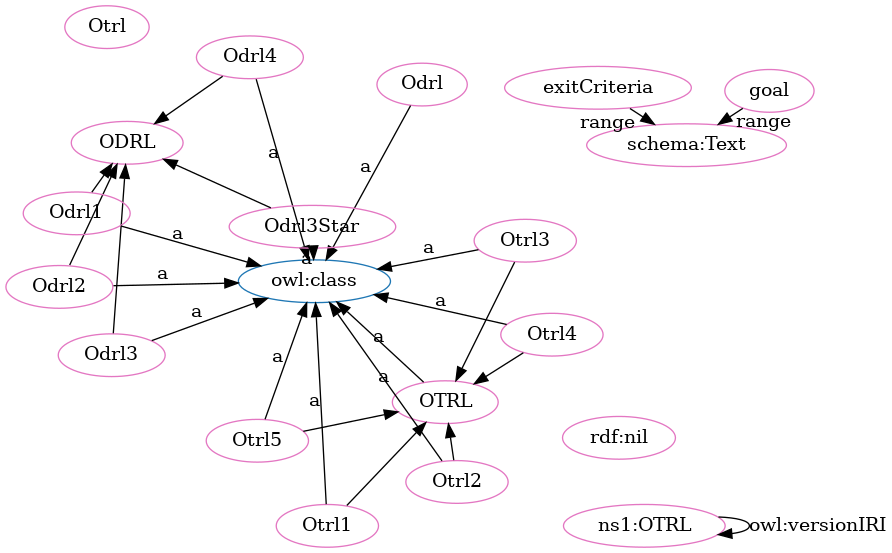
Earlier version of the Graphviz export OTRL-clean.png (OPEN-NEXT/OKH-LOSH). Its source is kept beside it as OTRL-clean.dot.
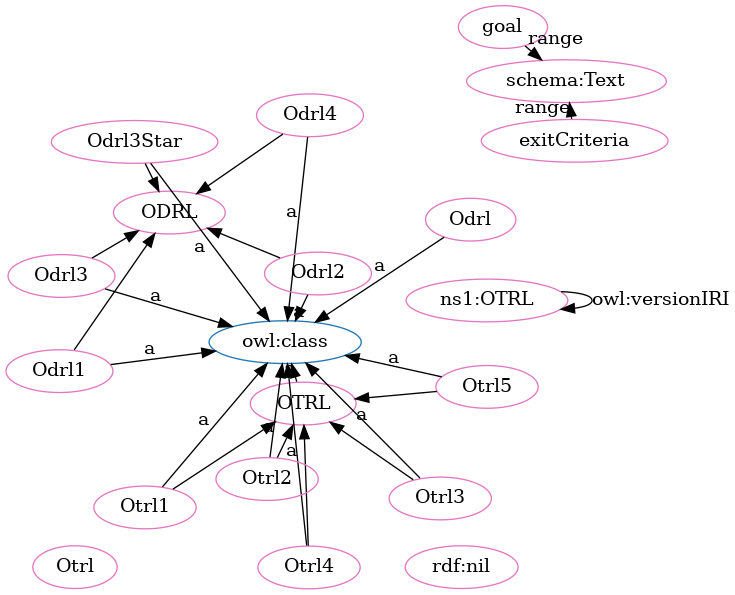
Above is the later version.

Diff of the diagram source:
```diff
@@ -4,48 +4,48 @@
 "http://www.w3.org/2002/07/owl#class" [fillcolor="#1f77b4" color="#1f77b4" label="owl:class"]
 "http://purl.org/oseg/ontologies/OTRL#ODRL" [fillcolor="#1f77b4" color="#1f77b4" label="ODRL"]
 "http://purl.org/oseg/ontologies/OTRL#OTRL" [fillcolor="#1f77b4" color="#1f77b4" label="OTRL"]
+"http://purl.org/oseg/ontologies/OTRL#ODRL" [fillcolor="#e377c2" color="#e377c2" label="ODRL"]
+"http://purl.org/oseg/ontologies/OTRL#Odrl3Star" [fillcolor="#e377c2" color="#e377c2" label="Odrl3Star"]
+"http://purl.org/oseg/ontologies/OTRL#Odrl" [fillcolor="#e377c2" color="#e377c2" label="Odrl"]
+"http://purl.org/oseg/ontologies/OTRL#Odrl3" [fillcolor="#e377c2" color="#e377c2" label="Odrl3"]
+"http://www.w3.org/1999/02/22-rdf-syntax-ns#nil" [fillcolor="#e377c2" color="#e377c2" label="rdf:nil"]
+"http://purl.org/oseg/ontologies/OTRL#Otrl4" [fillcolor="#e377c2" color="#e377c2" label="Otrl4"]
+"http://purl.org/oseg/ontologies/OTRL#Odrl4" [fillcolor="#e377c2" color="#e377c2" label="Odrl4"]
+"http://purl.org/oseg/ontologies/OTRL#Odrl1" [fillcolor="#e377c2" color="#e377c2" label="Odrl1"]
+"http://purl.org/oseg/ontologies/OTRL" [fillcolor="#e377c2" color="#e377c2" label="ns1:OTRL"]
+"http://purl.org/oseg/ontologies/OTRL#Otrl" [fillcolor="#e377c2" color="#e377c2" label="Otrl"]
+"http://purl.org/oseg/ontologies/OTRL#OTRL" [fillcolor="#e377c2" color="#e377c2" label="OTRL"]
+"http://purl.org/oseg/ontologies/OTRL#goal" [fillcolor="#e377c2" color="#e377c2" label="goal"]
+"http://schema.org/Text" [fillcolor="#e377c2" color="#e377c2" label="schema:Text"]
 "http://purl.org/oseg/ontologies/OTRL#exitCriteria" [fillcolor="#e377c2" color="#e377c2" label="exitCriteria"]
-"http://purl.org/oseg/ontologies/OTRL#Odrl4" [fillcolor="#e377c2" color="#e377c2" label="Odrl4"]
-"http://www.w3.org/1999/02/22-rdf-syntax-ns#nil" [fillcolor="#e377c2" color="#e377c2" label="rdf:nil"]
-"http://purl.org/oseg/ontologies/OTRL#ODRL" [fillcolor="#e377c2" color="#e377c2" label="ODRL"]
-"http://purl.org/oseg/ontologies/OTRL#Otrl" [fillcolor="#e377c2" color="#e377c2" label="Otrl"]
-"http://purl.org/oseg/ontologies/OTRL#Odrl" [fillcolor="#e377c2" color="#e377c2" label="Odrl"]
+"http://purl.org/oseg/ontologies/OTRL#Otrl2" [fillcolor="#e377c2" color="#e377c2" label="Otrl2"]
+"http://purl.org/oseg/ontologies/OTRL#Otrl3" [fillcolor="#e377c2" color="#e377c2" label="Otrl3"]
+"http://purl.org/oseg/ontologies/OTRL#Otrl1" [fillcolor="#e377c2" color="#e377c2" label="Otrl1"]
 "http://purl.org/oseg/ontologies/OTRL#Otrl5" [fillcolor="#e377c2" color="#e377c2" label="Otrl5"]
-"http://purl.org/oseg/ontologies/OTRL#OTRL" [fillcolor="#e377c2" color="#e377c2" label="OTRL"]
 "http://purl.org/oseg/ontologies/OTRL#Odrl2" [fillcolor="#e377c2" color="#e377c2" label="Odrl2"]
-"http://purl.org/oseg/ontologies/OTRL#goal" [fillcolor="#e377c2" color="#e377c2" label="goal"]
-"http://purl.org/oseg/ontologies/OTRL#Otrl2" [fillcolor="#e377c2" color="#e377c2" label="Otrl2"]
-"http://schema.org/Text" [fillcolor="#e377c2" color="#e377c2" label="schema:Text"]
-"http://purl.org/oseg/ontologies/OTRL#Otrl1" [fillcolor="#e377c2" color="#e377c2" label="Otrl1"]
-"http://purl.org/oseg/ontologies/OTRL#Odrl3" [fillcolor="#e377c2" color="#e377c2" label="Odrl3"]
-"http://purl.org/oseg/ontologies/OTRL#Otrl3" [fillcolor="#e377c2" color="#e377c2" label="Otrl3"]
-"http://purl.org/oseg/ontologies/OTRL" [fillcolor="#e377c2" color="#e377c2" label="ns1:OTRL"]
-"http://purl.org/oseg/ontologies/OTRL#Odrl1" [fillcolor="#e377c2" color="#e377c2" label="Odrl1"]
-"http://purl.org/oseg/ontologies/OTRL#Otrl4" [fillcolor="#e377c2" color="#e377c2" label="Otrl4"]
-"http://purl.org/oseg/ontologies/OTRL#Odrl3Star" [fillcolor="#e377c2" color="#e377c2" label="Odrl3Star"]
-  "http://purl.org/oseg/ontologies/OTRL#Odrl4" -> "http://www.w3.org/2002/07/owl#class" [label="a"]
-  "http://purl.org/oseg/ontologies/OTRL#Odrl2" -> "http://purl.org/oseg/ontologies/OTRL#ODRL" [label=""]
+  "http://purl.org/oseg/ontologies/OTRL#Otrl4" -> "http://www.w3.org/2002/07/owl#class" [label="a"]
+  "http://purl.org/oseg/ontologies/OTRL" -> "http://purl.org/oseg/ontologies/OTRL" [label="owl:versionIRI"]
+  "http://purl.org/oseg/ontologies/OTRL#Otrl5" -> "http://purl.org/oseg/ontologies/OTRL#OTRL" [label=""]
+  "http://purl.org/oseg/ontologies/OTRL#goal" -> "http://schema.org/Text" [label="range"]
+  "http://purl.org/oseg/ontologies/OTRL#Odrl3Star" -> "http://purl.org/oseg/ontologies/OTRL#ODRL" [label=""]
+  "http://purl.org/oseg/ontologies/OTRL#Otrl2" -> "http://www.w3.org/2002/07/owl#class" [label="a"]
   "http://purl.org/oseg/ontologies/OTRL#Odrl1" -> "http://purl.org/oseg/ontologies/OTRL#ODRL" [label=""]
   "http://purl.org/oseg/ontologies/OTRL#Odrl3" -> "http://purl.org/oseg/ontologies/OTRL#ODRL" [label=""]
+  "http://purl.org/oseg/ontologies/OTRL#OTRL" -> "http://www.w3.org/2002/07/owl#class" [label="a"]
+  "http://purl.org/oseg/ontologies/OTRL#Otrl2" -> "http://purl.org/oseg/ontologies/OTRL#OTRL" [label=""]
+  "http://purl.org/oseg/ontologies/OTRL#Odrl4" -> "http://purl.org/oseg/ontologies/OTRL#ODRL" [label=""]
+  "http://purl.org/oseg/ontologies/OTRL#Otrl1" -> "http://www.w3.org/2002/07/owl#class" [label="a"]
+  "http://purl.org/oseg/ontologies/OTRL#Otrl5" -> "http://www.w3.org/2002/07/owl#class" [label="a"]
+  "http://purl.org/oseg/ontologies/OTRL#Otrl1" -> "http://purl.org/oseg/ontologies/OTRL#OTRL" [label=""]
+  "http://purl.org/oseg/ontologies/OTRL#Odrl2" -> "http://www.w3.org/2002/07/owl#class" [label="a"]
+  "http://purl.org/oseg/ontologies/OTRL#Odrl2" -> "http://purl.org/oseg/ontologies/OTRL#ODRL" [label=""]
+  "http://purl.org/oseg/ontologies/OTRL#Odrl3Star" -> "http://www.w3.org/2002/07/owl#class" [label="a"]
+  "http://purl.org/oseg/ontologies/OTRL#Odrl3" -> "http://www.w3.org/2002/07/owl#class" [label="a"]
+  "http://purl.org/oseg/ontologies/OTRL#Odrl4" -> "http://www.w3.org/2002/07/owl#class" [label="a"]
+  "http://purl.org/oseg/ontologies/OTRL#Odrl1" -> "http://www.w3.org/2002/07/owl#class" [label="a"]
+  "http://purl.org/oseg/ontologies/OTRL#Otrl4" -> "http://purl.org/oseg/ontologies/OTRL#OTRL" [label=""]
+  "http://purl.org/oseg/ontologies/OTRL#exitCriteria" -> "http://schema.org/Text" [label="range"]
+  "http://purl.org/oseg/ontologies/OTRL#Otrl3" -> "http://www.w3.org/2002/07/owl#class" [label="a"]
   "http://purl.org/oseg/ontologies/OTRL#Odrl" -> "http://www.w3.org/2002/07/owl#class" [label="a"]
-  "http://purl.org/oseg/ontologies/OTRL#Otrl5" -> "http://purl.org/oseg/ontologies/OTRL#OTRL" [label=""]
-  "http://purl.org/oseg/ontologies/OTRL#Odrl3Star" -> "http://purl.org/oseg/ontologies/OTRL#ODRL" [label=""]
-  "http://purl.org/oseg/ontologies/OTRL#Otrl4" -> "http://purl.org/oseg/ontologies/OTRL#OTRL" [label=""]
-  "http://purl.org/oseg/ontologies/OTRL" -> "http://purl.org/oseg/ontologies/OTRL" [label="owl:versionIRI"]
   "http://purl.org/oseg/ontologies/OTRL#Otrl3" -> "http://purl.org/oseg/ontologies/OTRL#OTRL" [label=""]
-  "http://purl.org/oseg/ontologies/OTRL#exitCriteria" -> "http://schema.org/Text" [label="range"]
-  "http://purl.org/oseg/ontologies/OTRL#Odrl1" -> "http://www.w3.org/2002/07/owl#class" [label="a"]
-  "http://purl.org/oseg/ontologies/OTRL#Otrl4" -> "http://www.w3.org/2002/07/owl#class" [label="a"]
-  "http://purl.org/oseg/ontologies/OTRL#Odrl4" -> "http://purl.org/oseg/ontologies/OTRL#ODRL" [label=""]
-  "http://purl.org/oseg/ontologies/OTRL#Otrl2" -> "http://purl.org/oseg/ontologies/OTRL#OTRL" [label=""]
-  "http://purl.org/oseg/ontologies/OTRL#Odrl3Star" -> "http://www.w3.org/2002/07/owl#class" [label="a"]
-  "http://purl.org/oseg/ontologies/OTRL#Otrl5" -> "http://www.w3.org/2002/07/owl#class" [label="a"]
-  "http://purl.org/oseg/ontologies/OTRL#OTRL" -> "http://www.w3.org/2002/07/owl#class" [label="a"]
-  "http://purl.org/oseg/ontologies/OTRL#Odrl2" -> "http://www.w3.org/2002/07/owl#class" [label="a"]
-  "http://purl.org/oseg/ontologies/OTRL#Otrl2" -> "http://www.w3.org/2002/07/owl#class" [label="a"]
-  "http://purl.org/oseg/ontologies/OTRL#goal" -> "http://schema.org/Text" [label="range"]
-  "http://purl.org/oseg/ontologies/OTRL#Otrl1" -> "http://www.w3.org/2002/07/owl#class" [label="a"]
-  "http://purl.org/oseg/ontologies/OTRL#Odrl3" -> "http://www.w3.org/2002/07/owl#class" [label="a"]
-  "http://purl.org/oseg/ontologies/OTRL#Otrl3" -> "http://www.w3.org/2002/07/owl#class" [label="a"]
-  "http://purl.org/oseg/ontologies/OTRL#Otrl1" -> "http://purl.org/oseg/ontologies/OTRL#OTRL" [label=""]
 }
```
